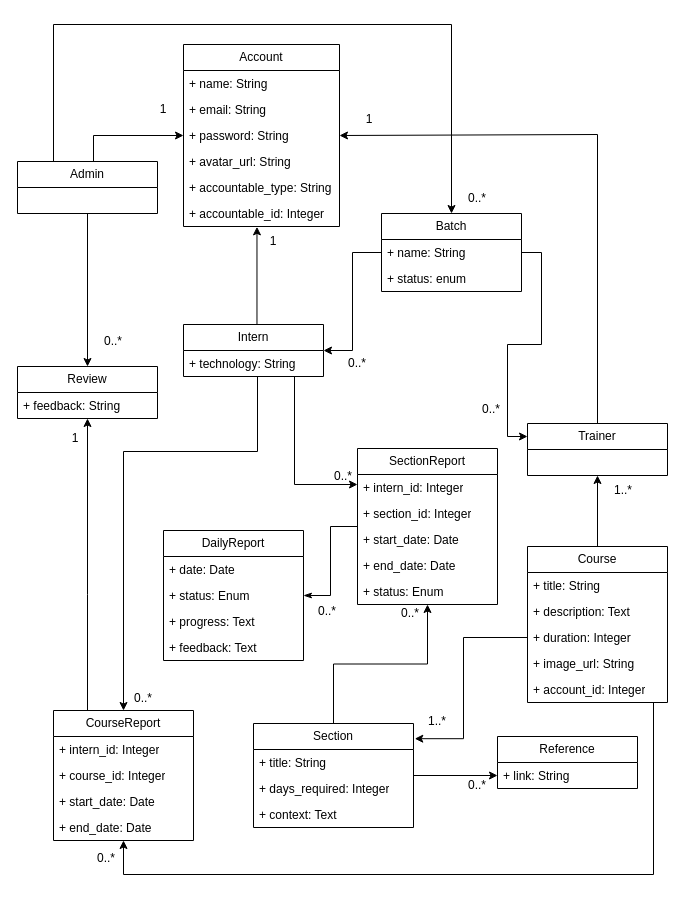
The draw.io diagram Schema Designing/class diagram.drawio in ruby-ist/ruby-practice, before the edit. Source tidied: cells renumbered, new cells numbered last; positions are measured from the earlier drawing's top-left corner, leaving out a move shared by most shapes. Both pictures are drawn from the tidied source at 100%, with x=0, y=0 at pixel (17, 24).
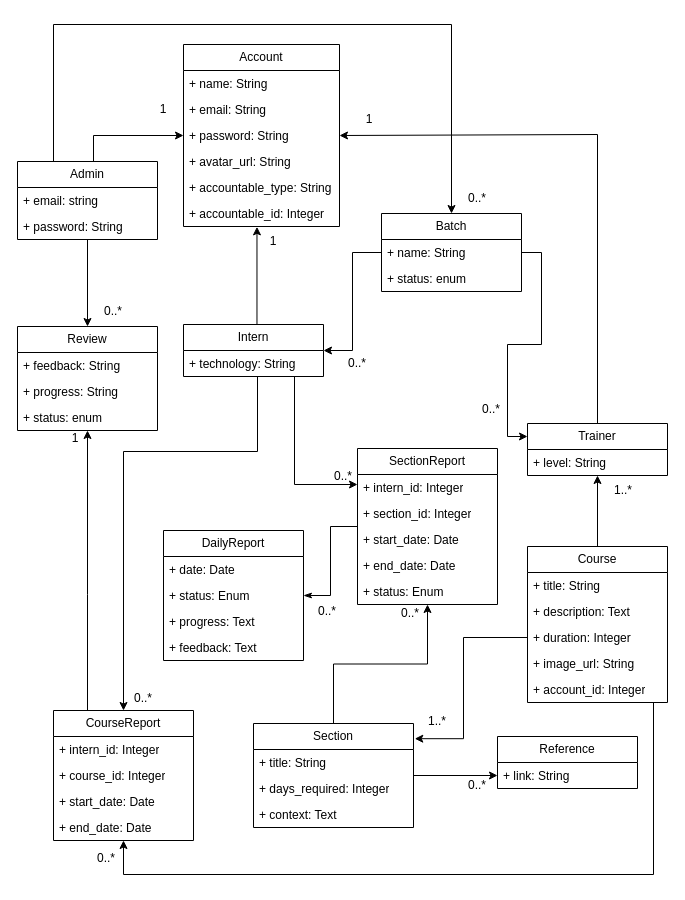
The same diagram, later.

The change refers to these unchanged cells:
```xml
<mxCell id="26" value="Trainer" style="swimlane;fontStyle=0;horizontal=1;startSize=26;fillColor=none;whiteSpace=wrap;html=1;" parent="1" vertex="1">
  <mxGeometry x="510" y="399" width="140" height="52" as="geometry" />
</mxCell>
```

The edit, as a diff of the source:
```diff
@@
+    <mxCell id="78" value="+ level: String" style="text;strokeColor=none;fillColor=none;align=left;verticalAlign=top;spacingLeft=4;spacingRight=4;overflow=hidden;whiteSpace=wrap;html=1;" parent="26" vertex="1">
+      <mxGeometry y="26" width="140" height="26" as="geometry" />
+    </mxCell>
@@
     <mxCell id="29" value="Admin" style="swimlane;fontStyle=0;horizontal=1;startSize=26;fillColor=none;whiteSpace=wrap;html=1;" parent="1" vertex="1">
-      <mxGeometry y="137" width="140" height="52" as="geometry" />
+      <mxGeometry y="137" width="140" height="78" as="geometry" />
     </mxCell>
+    <mxCell id="79" value="+ email: string" style="text;strokeColor=none;fillColor=none;align=left;verticalAlign=top;spacingLeft=4;spacingRight=4;overflow=hidden;whiteSpace=wrap;html=1;" parent="29" vertex="1">
+      <mxGeometry y="26" width="140" height="26" as="geometry" />
+    </mxCell>
+    <mxCell id="80" value="+ password: String" style="text;strokeColor=none;fillColor=none;align=left;verticalAlign=top;spacingLeft=4;spacingRight=4;overflow=hidden;whiteSpace=wrap;html=1;" parent="29" vertex="1">
+      <mxGeometry y="52" width="140" height="26" as="geometry" />
+    </mxCell>
@@
     <mxCell id="31" value="Review" style="swimlane;fontStyle=0;horizontal=1;startSize=26;fillColor=none;whiteSpace=wrap;html=1;" parent="1" vertex="1">
-      <mxGeometry y="342" width="140" height="52" as="geometry" />
+      <mxGeometry y="302" width="140" height="104" as="geometry" />
     </mxCell>
@@
+    <mxCell id="81" value="+ progress: String" style="text;strokeColor=none;fillColor=none;align=left;verticalAlign=top;spacingLeft=4;spacingRight=4;overflow=hidden;whiteSpace=wrap;html=1;" parent="31" vertex="1">
+      <mxGeometry y="52" width="140" height="26" as="geometry" />
+    </mxCell>
+    <mxCell id="82" value="+ status: enum" style="text;strokeColor=none;fillColor=none;align=left;verticalAlign=top;spacingLeft=4;spacingRight=4;overflow=hidden;whiteSpace=wrap;html=1;" parent="31" vertex="1">
+      <mxGeometry y="78" width="140" height="26" as="geometry" />
+    </mxCell>
@@
     <mxCell id="43" value="0..*" style="text;html=1;strokeColor=none;fillColor=none;align=center;verticalAlign=middle;whiteSpace=wrap;rounded=0;" parent="1" vertex="1">
-      <mxGeometry x="66" y="302" width="60" height="30" as="geometry" />
+      <mxGeometry x="66" y="272" width="60" height="30" as="geometry" />
     </mxCell>
```
